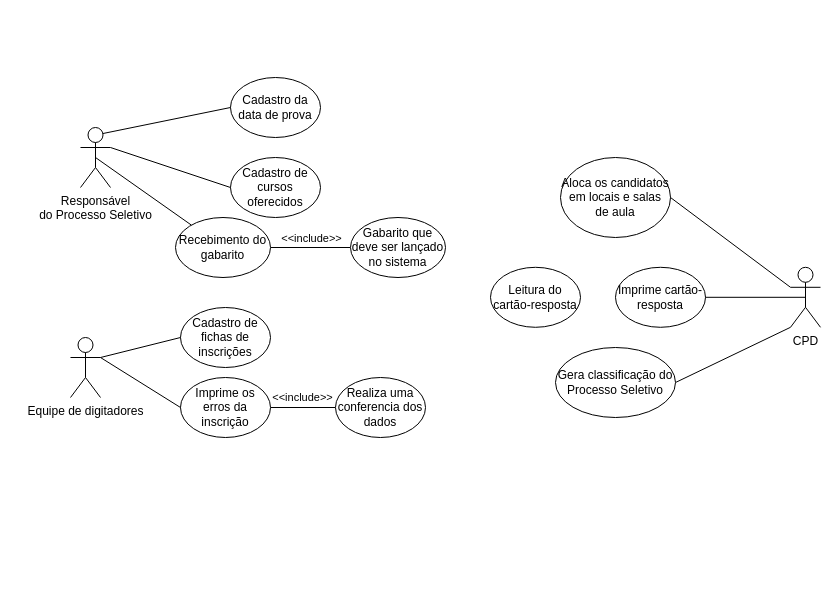
The draw.io diagram Analise de Sistemas/casodeusovestibular.drawio in owlprog-glitch/spiritpro, before the edit. Source tidied: cells renumbered, new cells numbered last; positions are measured from the earlier drawing's top-left corner, leaving out a move shared by most shapes. Both pictures are drawn from the tidied source at 100%, with x=0, y=0 at pixel (70, 77).
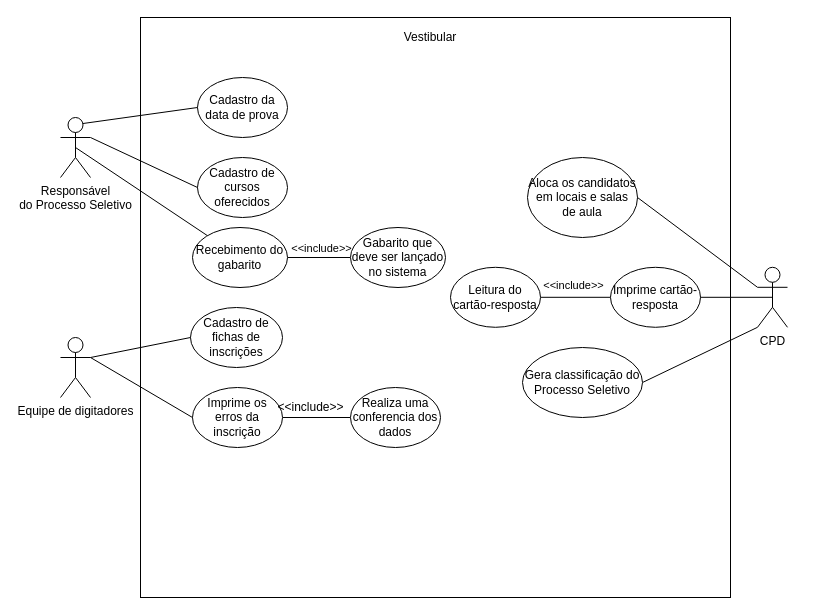
Above is the later version.

Unchanged cells that the change refers to:
```xml
<mxCell id="21" style="edgeStyle=none;rounded=0;jettySize=auto;html=1;exitX=1;exitY=0.5;exitDx=0;exitDy=0;entryX=0;entryY=0.5;entryDx=0;entryDy=0;endArrow=none;endFill=0;" parent="1" edge="1" source="23" target="25">
  <mxGeometry relative="1" as="geometry" />
</mxCell>
```

Diff of the diagram source:
```diff
@@
+    <mxCell id="28" style="rounded=0;whiteSpace=wrap;html=1;" parent="1" vertex="1">
+      <mxGeometry x="70" y="-60" width="590" height="580" as="geometry" />
+    </mxCell>
@@
     <mxCell id="3" value="&lt;div&gt;Responsável&lt;/div&gt;&lt;div&gt;do Processo Seletivo&lt;br&gt;&lt;/div&gt;" style="shape=umlActor;verticalLabelPosition=bottom;verticalAlign=top;html=1;outlineConnect=0;" parent="1" vertex="1">
-      <mxGeometry x="10" y="50" width="30" height="60" as="geometry" />
+      <mxGeometry x="-10" y="40" width="30" height="60" as="geometry" />
     </mxCell>
     <mxCell id="4" value="Cadastro da data de prova" style="ellipse;whiteSpace=wrap;html=1;" parent="1" vertex="1">
-      <mxGeometry x="160" width="90" height="60" as="geometry" />
+      <mxGeometry x="127" width="90" height="60" as="geometry" />
     </mxCell>
     <mxCell id="5" value="Cadastro de cursos oferecidos" style="ellipse;whiteSpace=wrap;html=1;" parent="1" vertex="1">
-      <mxGeometry x="160" y="80" width="90" height="60" as="geometry" />
+      <mxGeometry x="127" y="80" width="90" height="60" as="geometry" />
     </mxCell>
     <mxCell id="6" value="&lt;div&gt;Equipe de digitadores&lt;/div&gt;" style="shape=umlActor;verticalLabelPosition=bottom;verticalAlign=top;html=1;outlineConnect=0;" parent="1" vertex="1">
-      <mxGeometry y="260" width="30" height="60" as="geometry" />
+      <mxGeometry x="-10" y="260" width="30" height="60" as="geometry" />
     </mxCell>
     <mxCell id="7" value="Cadastro de fichas de inscrições" style="ellipse;whiteSpace=wrap;html=1;" parent="1" vertex="1">
-      <mxGeometry x="110" y="230" width="90" height="60" as="geometry" />
+      <mxGeometry x="120" y="230" width="92" height="60" as="geometry" />
     </mxCell>
@@
     <mxCell id="12" value="Imprime os erros da inscrição" style="ellipse;whiteSpace=wrap;html=1;" parent="1" vertex="1">
-      <mxGeometry x="110" y="300" width="90" height="60" as="geometry" />
+      <mxGeometry x="122" y="310" width="90" height="60" as="geometry" />
     </mxCell>
@@
     <mxCell id="15" value="&lt;div&gt;CPD&lt;/div&gt;" style="shape=umlActor;verticalLabelPosition=bottom;verticalAlign=top;html=1;outlineConnect=0;" parent="1" vertex="1">
-      <mxGeometry x="720" y="189.8" width="30" height="60" as="geometry" />
+      <mxGeometry x="687" y="189.8" width="30" height="60" as="geometry" />
     </mxCell>
     <mxCell id="16" value="Realiza uma conferencia dos dados" style="ellipse;whiteSpace=wrap;html=1;" parent="1" vertex="1">
-      <mxGeometry x="265" y="300" width="90" height="60" as="geometry" />
+      <mxGeometry x="280" y="310" width="90" height="60" as="geometry" />
     </mxCell>
+    <mxCell id="29" style="edgeStyle=none;rounded=0;jettySize=auto;html=1;exitX=0;exitY=0.5;exitDx=0;exitDy=0;entryX=1;entryY=0.5;entryDx=0;entryDy=0;endArrow=none;endFill=0;" parent="1" edge="1" source="17" target="27">
+      <mxGeometry relative="1" as="geometry" />
+    </mxCell>
+    <mxCell id="30" value="&lt;div&gt;&amp;lt;&amp;lt;include&amp;gt;&amp;gt;&lt;/div&gt;" style="edgeLabel;html=1;align=center;verticalAlign=middle;" parent="29" vertex="1">
+      <mxGeometry x="-0.47" y="2" relative="1" as="geometry">
+        <mxPoint x="-18.5" y="-14.4" as="offset" />
+      </mxGeometry>
+    </mxCell>
     <mxCell id="17" value="Imprime cartão-resposta" style="ellipse;whiteSpace=wrap;html=1;" parent="1" vertex="1">
-      <mxGeometry x="545" y="189.8" width="90" height="60" as="geometry" />
+      <mxGeometry x="540" y="189.8" width="90" height="60" as="geometry" />
     </mxCell>
     <mxCell id="18" value="Aloca os candidatos em locais e salas de aula" style="ellipse;whiteSpace=wrap;html=1;" parent="1" vertex="1">
-      <mxGeometry x="490" y="80" width="110" height="80" as="geometry" />
+      <mxGeometry x="457" y="80" width="110" height="80" as="geometry" />
     </mxCell>
@@
-    <mxCell id="22" value="&amp;lt;&amp;lt;include&amp;gt;&amp;gt;" style="edgeLabel;html=1;align=center;verticalAlign=middle;" parent="21" vertex="1">
+    <mxCell id="22" value="&lt;div&gt;&amp;lt;&amp;lt;include&amp;gt;&amp;gt;&lt;/div&gt;" style="edgeLabel;html=1;align=center;verticalAlign=middle;" parent="21" vertex="1">
       <mxGeometry x="-0.25" y="-1" relative="1" as="geometry">
-        <mxPoint x="10" y="-11" as="offset" />
+        <mxPoint x="9.2" y="-11" as="offset" />
       </mxGeometry>
     </mxCell>
     <mxCell id="23" value="Recebimento do gabarito" style="ellipse;whiteSpace=wrap;html=1;" parent="1" vertex="1">
-      <mxGeometry x="105" y="140" width="95" height="60" as="geometry" />
+      <mxGeometry x="122" y="150" width="95" height="60" as="geometry" />
     </mxCell>
     <mxCell id="24" value="&lt;div&gt;Gera classificação do Processo Seletivo&lt;/div&gt;" style="ellipse;whiteSpace=wrap;html=1;" parent="1" vertex="1">
-      <mxGeometry x="485" y="270" width="120" height="70" as="geometry" />
+      <mxGeometry x="452" y="270" width="120" height="70" as="geometry" />
     </mxCell>
     <mxCell id="25" value="Gabarito que deve ser lançado no sistema" style="ellipse;whiteSpace=wrap;html=1;" parent="1" vertex="1">
-      <mxGeometry x="280" y="140" width="95" height="60" as="geometry" />
+      <mxGeometry x="280" y="150" width="95" height="60" as="geometry" />
     </mxCell>
-    <mxCell id="26" value="&amp;lt;&amp;lt;include&amp;gt;&amp;gt;" style="edgeLabel;html=1;align=center;verticalAlign=middle;" parent="1" vertex="1">
-      <mxGeometry x="230" y="180" as="geometry">
-        <mxPoint x="1" y="139" as="offset" />
-      </mxGeometry>
-    </mxCell>
     <mxCell id="27" value="&lt;div&gt;Leitura do cartão-resposta&lt;/div&gt;" style="ellipse;whiteSpace=wrap;html=1;" parent="1" vertex="1">
-      <mxGeometry x="420" y="189.8" width="90" height="60" as="geometry" />
+      <mxGeometry x="380" y="189.8" width="90" height="60" as="geometry" />
     </mxCell>
+    <mxCell id="31" value="&amp;lt;&amp;lt;include&amp;gt;&amp;gt;" style="text;html=1;align=center;verticalAlign=middle;" parent="1" vertex="1">
+      <mxGeometry x="200" y="320" width="80" height="20" as="geometry" />
+    </mxCell>
+    <mxCell id="32" value="Vestibular" style="text;html=1;strokeColor=none;fillColor=none;align=center;verticalAlign=middle;whiteSpace=wrap;rounded=0;" parent="1" vertex="1">
+      <mxGeometry x="340" y="-50" width="40" height="20" as="geometry" />
+    </mxCell>
```
